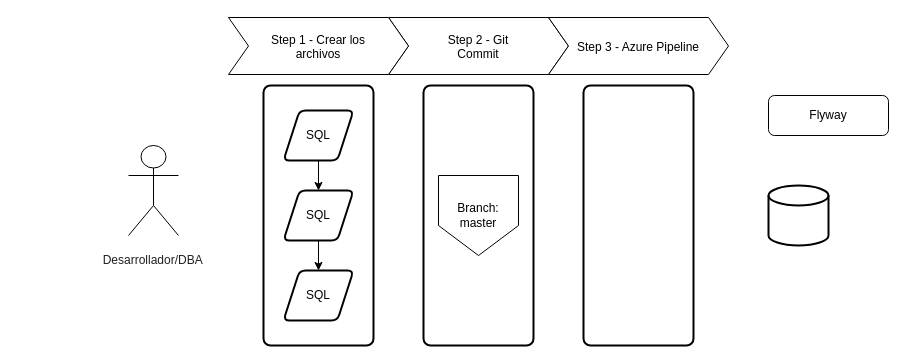
This is Fluxo Flyway.drawio.xml from rafaeldelia/fluxoflyway, a draw.io file, before an edit. Source tidied: cells renumbered, new cells numbered last; positions are measured from the earlier drawing's top-left corner, leaving out a move shared by most shapes. Both pictures are drawn from the tidied source at 100%, with x=0, y=0 at pixel (128, 17).
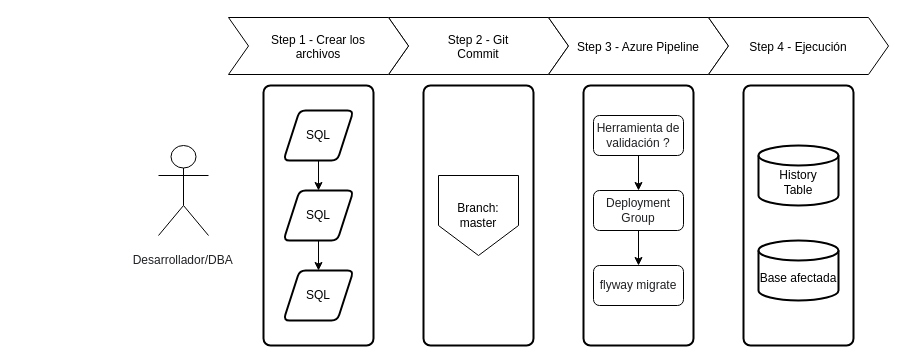
After the change.

The edit, as a diff of the source:
```diff
@@
+    <mxCell id="17" style="rounded=1;whiteSpace=wrap;html=1;absoluteArcSize=1;arcSize=14;strokeWidth=2;fontSize=12;" parent="1" vertex="1">
+      <mxGeometry x="615" y="68" width="110" height="260" as="geometry" />
+    </mxCell>
@@
-    <mxCell id="3" value="Flyway" style="rounded=1;whiteSpace=wrap;html=1;fontSize=12;glass=0;strokeWidth=1;shadow=0;" parent="1" vertex="1">
-      <mxGeometry x="640" y="78" width="120" height="40" as="geometry" />
-    </mxCell>
-    <mxCell id="4" style="strokeWidth=2;html=1;shape=mxgraph.flowchart.database;whiteSpace=wrap;" parent="1" vertex="1">
-      <mxGeometry x="640" y="168" width="60" height="60" as="geometry" />
+    <mxCell id="4" value="&lt;br&gt;History &lt;br&gt;Table" style="strokeWidth=2;html=1;shape=mxgraph.flowchart.database;whiteSpace=wrap;" parent="1" vertex="1">
+      <mxGeometry x="630" y="128" width="80" height="60" as="geometry" />
     </mxCell>
@@
     <mxCell id="10" value="&lt;pre class=&quot;tw-data-text tw-text-large tw-ta&quot; id=&quot;tw-target-text&quot; dir=&quot;ltr&quot; style=&quot;line-height: 36px ; border: none ; padding: 2px 0.14em 2px 0px ; position: relative ; margin-top: -2px ; margin-bottom: -2px ; resize: none ; font-family: inherit ; overflow: hidden ; width: 270.035px ; overflow-wrap: break-word ; color: rgb(32 , 33 , 36)&quot;&gt;&lt;span class=&quot;Y2IQFc&quot; lang=&quot;es&quot;&gt;&lt;font style=&quot;font-size: 12px&quot;&gt;Desarrollador/DBA&lt;/font&gt;&lt;/span&gt;&lt;/pre&gt;" style="shape=umlActor;verticalLabelPosition=bottom;verticalAlign=top;html=1;align=center;" parent="1" vertex="1">
-      <mxGeometry y="128" width="50" height="90" as="geometry" />
+      <mxGeometry x="30" y="128" width="50" height="90" as="geometry" />
     </mxCell>
@@
+    <mxCell id="18" style="edgeStyle=orthogonalEdgeStyle;rounded=0;jettySize=auto;html=1;fontSize=12;" parent="1" edge="1" source="3" target="20">
+      <mxGeometry relative="1" as="geometry" />
+    </mxCell>
+    <mxCell id="3" value="&lt;font style=&quot;font-size: 12px&quot;&gt;&lt;span style=&quot;color: rgb(32 , 33 , 36) ; font-family: &amp;#34;arial&amp;#34; , sans-serif ; text-align: left&quot;&gt;Herramienta de validación ?&lt;/span&gt;&lt;/font&gt;" style="rounded=1;whiteSpace=wrap;html=1;fontSize=12;glass=0;strokeWidth=1;shadow=0;" parent="1" vertex="1">
+      <mxGeometry x="465" y="98" width="90" height="40" as="geometry" />
+    </mxCell>
+    <mxCell id="19" style="edgeStyle=orthogonalEdgeStyle;rounded=0;jettySize=auto;html=1;fontSize=12;" parent="1" edge="1" source="20" target="21">
+      <mxGeometry relative="1" as="geometry" />
+    </mxCell>
+    <mxCell id="20" value="&lt;font style=&quot;font-size: 12px&quot;&gt;&lt;span style=&quot;color: rgb(32 , 33 , 36) ; font-family: &amp;#34;arial&amp;#34; , sans-serif ; text-align: left&quot;&gt;Deployment Group&lt;/span&gt;&lt;/font&gt;" style="rounded=1;whiteSpace=wrap;html=1;fontSize=12;glass=0;strokeWidth=1;shadow=0;" parent="1" vertex="1">
+      <mxGeometry x="465" y="173" width="90" height="40" as="geometry" />
+    </mxCell>
+    <mxCell id="21" value="&lt;font style=&quot;font-size: 12px&quot;&gt;&lt;span style=&quot;color: rgb(32 , 33 , 36) ; font-family: &amp;#34;arial&amp;#34; , sans-serif ; text-align: left&quot;&gt;flyway migrate&lt;/span&gt;&lt;/font&gt;" style="rounded=1;whiteSpace=wrap;html=1;fontSize=12;glass=0;strokeWidth=1;shadow=0;" parent="1" vertex="1">
+      <mxGeometry x="465" y="248" width="90" height="40" as="geometry" />
+    </mxCell>
+    <mxCell id="22" value="Step 4 - Ejecución" style="shape=step;perimeter=stepPerimeter;fixedSize=1;fontSize=12;" parent="1" vertex="1">
+      <mxGeometry x="580" width="180" height="57" as="geometry" />
+    </mxCell>
+    <mxCell id="23" value="&lt;br&gt;Base afectada" style="strokeWidth=2;html=1;shape=mxgraph.flowchart.database;whiteSpace=wrap;" parent="1" vertex="1">
+      <mxGeometry x="630" y="223" width="80" height="60" as="geometry" />
+    </mxCell>
```
